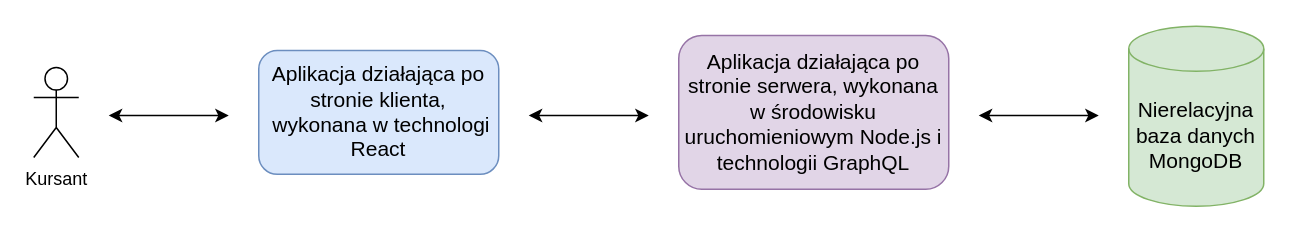
Above: figures/app_architecture.drawio in benmotyka/beng_thesis (draw.io), before the change. Source tidied: cells renumbered, new cells numbered last; positions are measured from the earlier drawing's top-left corner, leaving out a move shared by most shapes. Both pictures are drawn from the tidied source at 150%, with x=0, y=0 at pixel (33, 26).
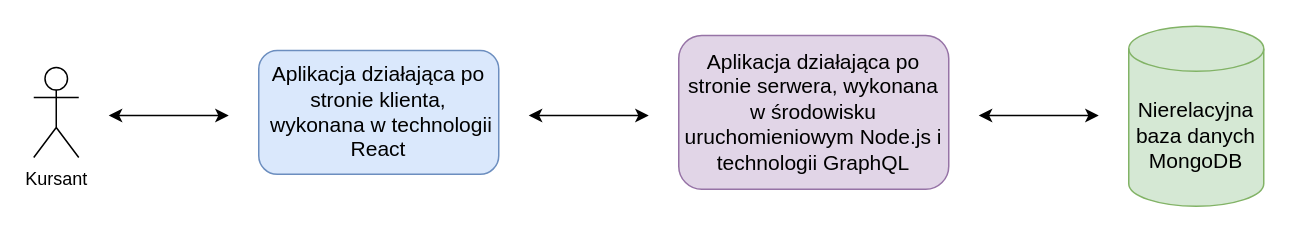
The same diagram, later.

The edit, as a diff of the source:
```diff
@@
 <mxGraphModel>
   <root>
     <mxCell id="0" />
     <mxCell id="1" parent="0" />
     <mxCell id="2" value="Kursant" style="shape=umlActor;verticalLabelPosition=bottom;verticalAlign=top;html=1;" parent="1" vertex="1">
       <mxGeometry y="27.5" width="30" height="60" as="geometry" />
     </mxCell>
-    <mxCell id="3" value="&lt;font style=&quot;font-size: 14px&quot;&gt;Aplikacja działająca po stronie klienta,&lt;br&gt;&amp;nbsp;wykonana w technologi React&lt;/font&gt;" style="rounded=1;whiteSpace=wrap;html=1;fillColor=#dae8fc;strokeColor=#6c8ebf;" parent="1" vertex="1">
+    <mxCell id="3" value="&lt;font style=&quot;font-size: 14px&quot;&gt;Aplikacja działająca po stronie klienta,&lt;br&gt;&amp;nbsp;wykonana w technologii React&lt;/font&gt;" style="rounded=1;whiteSpace=wrap;html=1;fillColor=#dae8fc;strokeColor=#6c8ebf;" parent="1" vertex="1">
       <mxGeometry x="150" y="16.2" width="160" height="82.5" as="geometry" />
     </mxCell>
     <mxCell id="4" value="&lt;font style=&quot;font-size: 14px&quot;&gt;Aplikacja działająca po stronie serwera, wykonana w środowisku uruchomieniowym Node.js i technologii GraphQL&lt;/font&gt;" style="rounded=1;whiteSpace=wrap;html=1;fillColor=#e1d5e7;strokeColor=#9673a6;" parent="1" vertex="1">
       <mxGeometry x="430" y="6.2" width="180" height="102.5" as="geometry" />
     </mxCell>
     <mxCell id="5" value="&lt;font style=&quot;font-size: 14px&quot;&gt;Nierelacyjna baza danych MongoDB&lt;/font&gt;" style="shape=cylinder3;whiteSpace=wrap;html=1;boundedLbl=1;backgroundOutline=1;size=15;fillColor=#d5e8d4;strokeColor=#82b366;" parent="1" vertex="1">
       <mxGeometry x="730" width="90" height="120" as="geometry" />
     </mxCell>
     <mxCell id="6" style="endArrow=classic;startArrow=classic;html=1;" parent="1" edge="1">
       <mxGeometry relative="1" as="geometry">
         <mxPoint x="50" y="59.5" as="sourcePoint" />
         <mxPoint x="130" y="59.5" as="targetPoint" />
       </mxGeometry>
     </mxCell>
     <mxCell id="7" style="endArrow=classic;startArrow=classic;html=1;" parent="1" edge="1">
       <mxGeometry relative="1" as="geometry">
         <mxPoint x="330" y="59.5" as="sourcePoint" />
         <mxPoint x="410" y="59.5" as="targetPoint" />
       </mxGeometry>
     </mxCell>
     <mxCell id="8" style="endArrow=classic;startArrow=classic;html=1;" parent="1" edge="1">
       <mxGeometry relative="1" as="geometry">
         <mxPoint x="630" y="59.5" as="sourcePoint" />
         <mxPoint x="710" y="59.5" as="targetPoint" />
       </mxGeometry>
     </mxCell>
   </root>
 </mxGraphModel>
```
